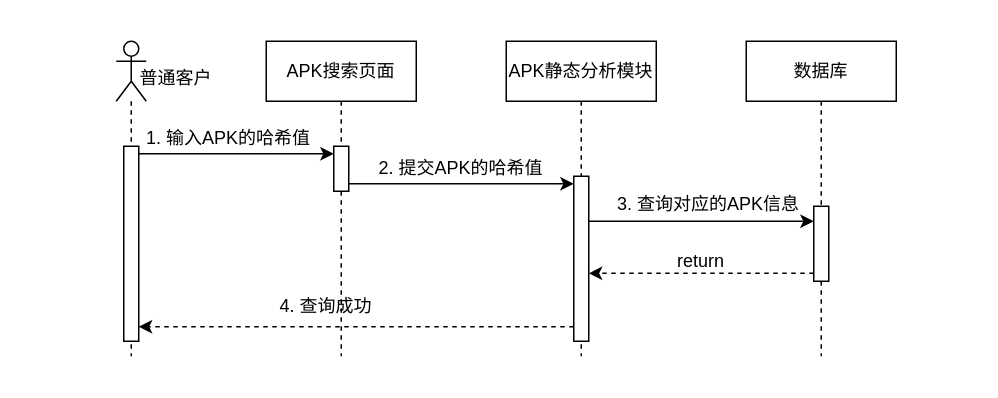
The draw.io diagram 时序图3.drawio in sunray42/diagrams, before the edit. Source tidied: cells renumbered, new cells numbered last; positions are measured from the earlier drawing's top-left corner, leaving out a move shared by most shapes. Both pictures are drawn from the tidied source at 150%, with x=0, y=0 at pixel (116, 40).
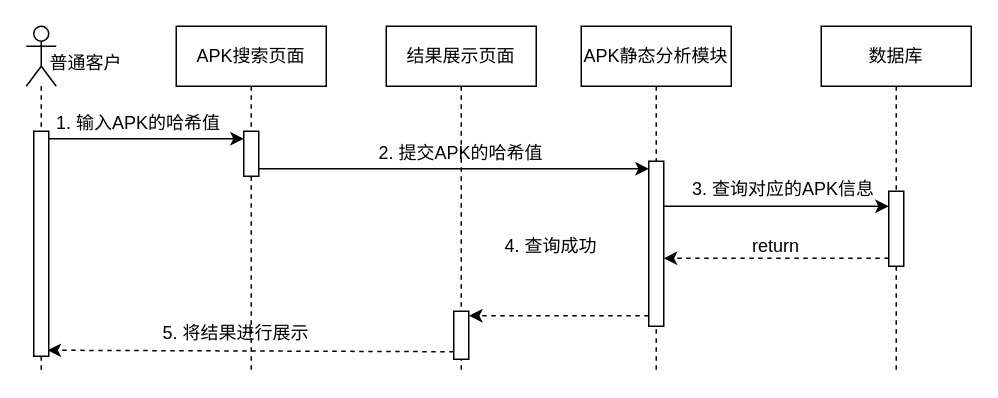
The same diagram, later.

Commit message (it also covers changes not shown here):
更新时序图3.drawio

The change refers to these unchanged cells:
```xml
<mxCell id="7" style="html=1;points=[[0,0,0,0,5],[0,1,0,0,-5],[1,0,0,0,5],[1,1,0,0,-5]];perimeter=orthogonalPerimeter;outlineConnect=0;targetShapes=umlLifeline;portConstraint=eastwest;newEdgeStyle={&quot;curved&quot;:0,&quot;rounded&quot;:0};" parent="6" vertex="1">
  <mxGeometry x="45" y="90" width="10" height="110" as="geometry" />
</mxCell>
```

Change to the diagram source:
```diff
@@
     <mxCell id="2" value="APK搜索页面" style="shape=umlLifeline;perimeter=lifelinePerimeter;whiteSpace=wrap;html=1;newEdgeStyle={&quot;curved&quot;:0,&quot;rounded&quot;:0};" parent="1" vertex="1">
-      <mxGeometry x="100" width="100" height="210" as="geometry" />
+      <mxGeometry x="40" y="-10" width="100" height="230" as="geometry" />
     </mxCell>
@@
     <mxCell id="4" style="shape=umlLifeline;perimeter=lifelinePerimeter;whiteSpace=wrap;html=1;newEdgeStyle={&quot;curved&quot;:0,&quot;rounded&quot;:0};participant=umlActor;" parent="1" vertex="1">
-      <mxGeometry width="20" height="210" as="geometry" />
+      <mxGeometry x="-60" y="-10" width="20" height="230" as="geometry" />
     </mxCell>
     <mxCell id="5" style="html=1;points=[[0,0,0,0,5],[0,1,0,0,-5],[1,0,0,0,5],[1,1,0,0,-5]];perimeter=orthogonalPerimeter;outlineConnect=0;targetShapes=umlLifeline;portConstraint=eastwest;newEdgeStyle={&quot;curved&quot;:0,&quot;rounded&quot;:0};" parent="4" vertex="1">
-      <mxGeometry x="5" y="70" width="10" height="130" as="geometry" />
+      <mxGeometry x="5" y="70" width="10" height="150" as="geometry" />
     </mxCell>
     <mxCell id="6" value="APK静态分析模块" style="shape=umlLifeline;perimeter=lifelinePerimeter;whiteSpace=wrap;html=1;newEdgeStyle={&quot;curved&quot;:0,&quot;rounded&quot;:0};" parent="1" vertex="1">
-      <mxGeometry x="260" width="100" height="210" as="geometry" />
+      <mxGeometry x="310" y="-10" width="100" height="230" as="geometry" />
     </mxCell>
@@
     <mxCell id="8" value="数据库" style="shape=umlLifeline;perimeter=lifelinePerimeter;whiteSpace=wrap;html=1;newEdgeStyle={&quot;curved&quot;:0,&quot;rounded&quot;:0};" parent="1" vertex="1">
-      <mxGeometry x="420" width="100" height="210" as="geometry" />
+      <mxGeometry x="470" y="-10" width="100" height="230" as="geometry" />
     </mxCell>
@@
     <mxCell id="10" value="普通客户" style="text;html=1;align=center;verticalAlign=middle;whiteSpace=wrap;rounded=0;" parent="1" vertex="1">
-      <mxGeometry x="10" y="10" width="60" height="30" as="geometry" />
+      <mxGeometry x="-50" width="60" height="30" as="geometry" />
     </mxCell>
@@
     <mxCell id="12" value="1. 输入APK的哈希值" style="text;html=1;align=center;verticalAlign=middle;whiteSpace=wrap;rounded=0;" parent="1" vertex="1">
-      <mxGeometry x="15" y="50" width="120" height="30" as="geometry" />
+      <mxGeometry x="-45" y="40" width="120" height="30" as="geometry" />
     </mxCell>
@@
     <mxCell id="14" value="2. 提交APK的哈希值" style="text;html=1;align=center;verticalAlign=middle;whiteSpace=wrap;rounded=0;" parent="1" vertex="1">
-      <mxGeometry x="170" y="70" width="120" height="30" as="geometry" />
+      <mxGeometry x="170" y="60" width="120" height="30" as="geometry" />
     </mxCell>
     <mxCell id="15" style="endArrow=classic;html=1;rounded=0;" parent="1" edge="1" source="7">
       <mxGeometry relative="1" as="geometry">
-        <mxPoint x="465" y="120" as="targetPoint" />
+        <mxPoint x="515" y="110" as="targetPoint" />
       </mxGeometry>
     </mxCell>
     <mxCell id="16" value="3. 查询对应的APK信息" style="text;html=1;align=center;verticalAlign=middle;whiteSpace=wrap;rounded=0;" parent="1" vertex="1">
-      <mxGeometry x="330" y="94" width="130" height="30" as="geometry" />
+      <mxGeometry x="380" y="84" width="130" height="30" as="geometry" />
     </mxCell>
     <mxCell id="17" style="endArrow=classic;html=1;rounded=0;dashed=1;" parent="1" edge="1" target="7">
       <mxGeometry relative="1" as="geometry">
-        <mxPoint x="465" y="154.7" as="sourcePoint" />
+        <mxPoint x="515" y="144.7" as="sourcePoint" />
       </mxGeometry>
     </mxCell>
     <mxCell id="18" value="return" style="text;html=1;align=center;verticalAlign=middle;whiteSpace=wrap;rounded=0;" parent="1" vertex="1">
-      <mxGeometry x="360" y="132" width="60" height="30" as="geometry" />
+      <mxGeometry x="410" y="122" width="60" height="30" as="geometry" />
     </mxCell>
     <mxCell id="19" style="endArrow=classic;html=1;rounded=0;dashed=1;" parent="1" edge="1" source="7">
       <mxGeometry relative="1" as="geometry">
-        <mxPoint x="15" y="190.3" as="targetPoint" />
+        <mxPoint x="235.2" y="183" as="targetPoint" />
       </mxGeometry>
     </mxCell>
     <mxCell id="20" value="4. 查询成功" style="text;html=1;align=center;verticalAlign=middle;whiteSpace=wrap;rounded=0;" parent="1" vertex="1">
-      <mxGeometry x="80" y="162" width="120" height="30" as="geometry" />
+      <mxGeometry x="230" y="122" width="120" height="30" as="geometry" />
     </mxCell>
+    <mxCell id="21" value="结果展示页面" style="shape=umlLifeline;perimeter=lifelinePerimeter;whiteSpace=wrap;html=1;newEdgeStyle={&quot;curved&quot;:0,&quot;rounded&quot;:0};" parent="1" vertex="1">
+      <mxGeometry x="180" y="-10" width="100" height="230" as="geometry" />
+    </mxCell>
+    <mxCell id="22" style="html=1;points=[[0,0,0,0,5],[0,1,0,0,-5],[1,0,0,0,5],[1,1,0,0,-5]];perimeter=orthogonalPerimeter;outlineConnect=0;targetShapes=umlLifeline;portConstraint=eastwest;newEdgeStyle={&quot;curved&quot;:0,&quot;rounded&quot;:0};" parent="21" vertex="1">
+      <mxGeometry x="45" y="190" width="10" height="32" as="geometry" />
+    </mxCell>
+    <mxCell id="23" style="endArrow=classic;html=1;rounded=0;dashed=1;entryX=0.542;entryY=0.639;entryDx=0;entryDy=0;entryPerimeter=0;exitX=0;exitY=1;exitDx=0;exitDy=-5;exitPerimeter=0;" parent="1" edge="1" source="22">
+      <mxGeometry relative="1" as="geometry">
+        <mxPoint x="-45.8" y="206" as="targetPoint" />
+      </mxGeometry>
+    </mxCell>
+    <mxCell id="24" value="5. 将结果进行展示" style="text;html=1;align=center;verticalAlign=middle;whiteSpace=wrap;rounded=0;" parent="1" vertex="1">
+      <mxGeometry x="20" y="180" width="120" height="30" as="geometry" />
+    </mxCell>
```
